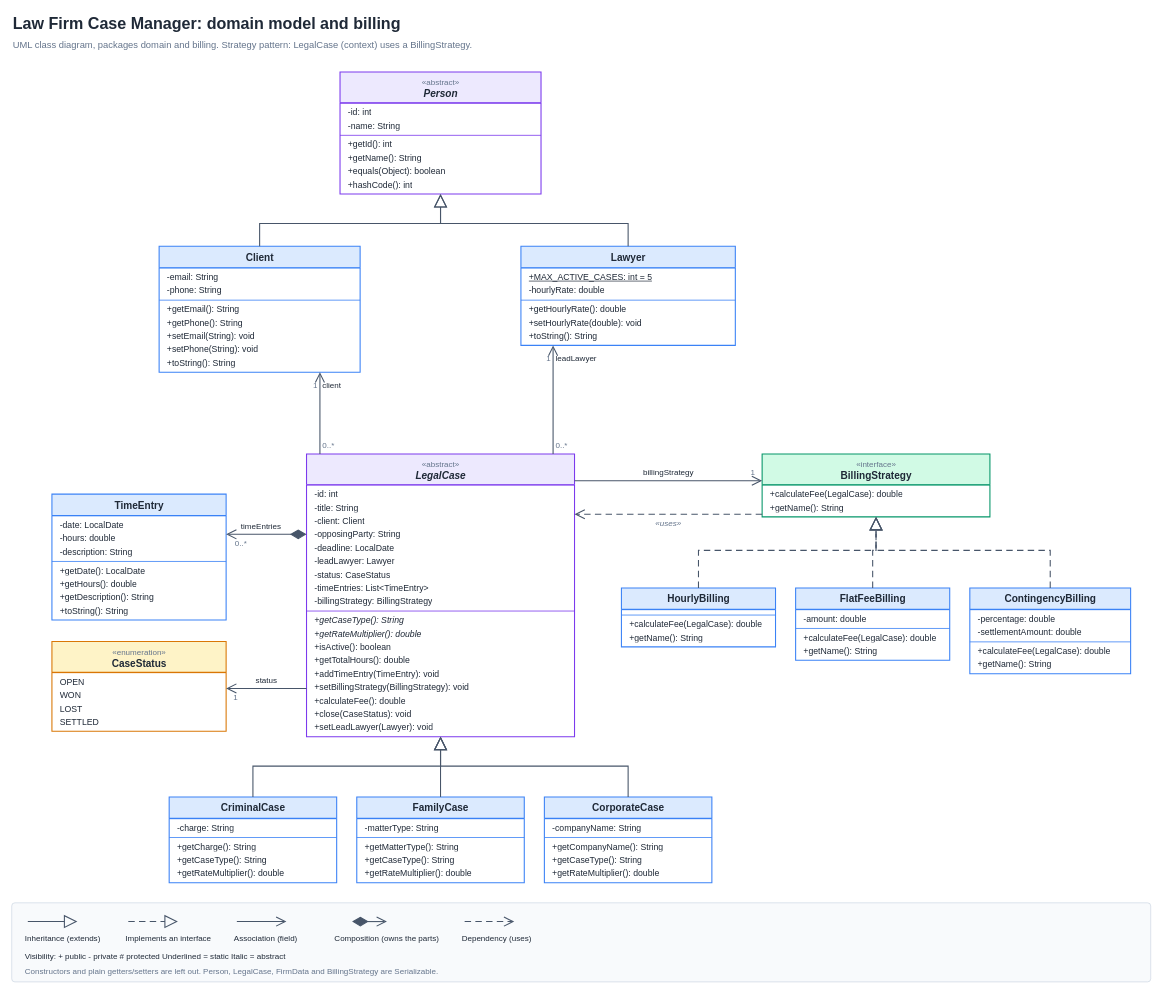
Before: page "Domain model and billing" (1 of 3) of docs/class-diagram.drawio in mahadinhussein-hash/law-firm-case-manager, a draw.io diagram. Source tidied: cells renumbered, new cells numbered last; positions are measured from the earlier drawing's top-left corner, leaving out a move shared by most shapes. Both pictures are drawn from the tidied source at 67%, with x=0, y=0 at pixel (11, 11).
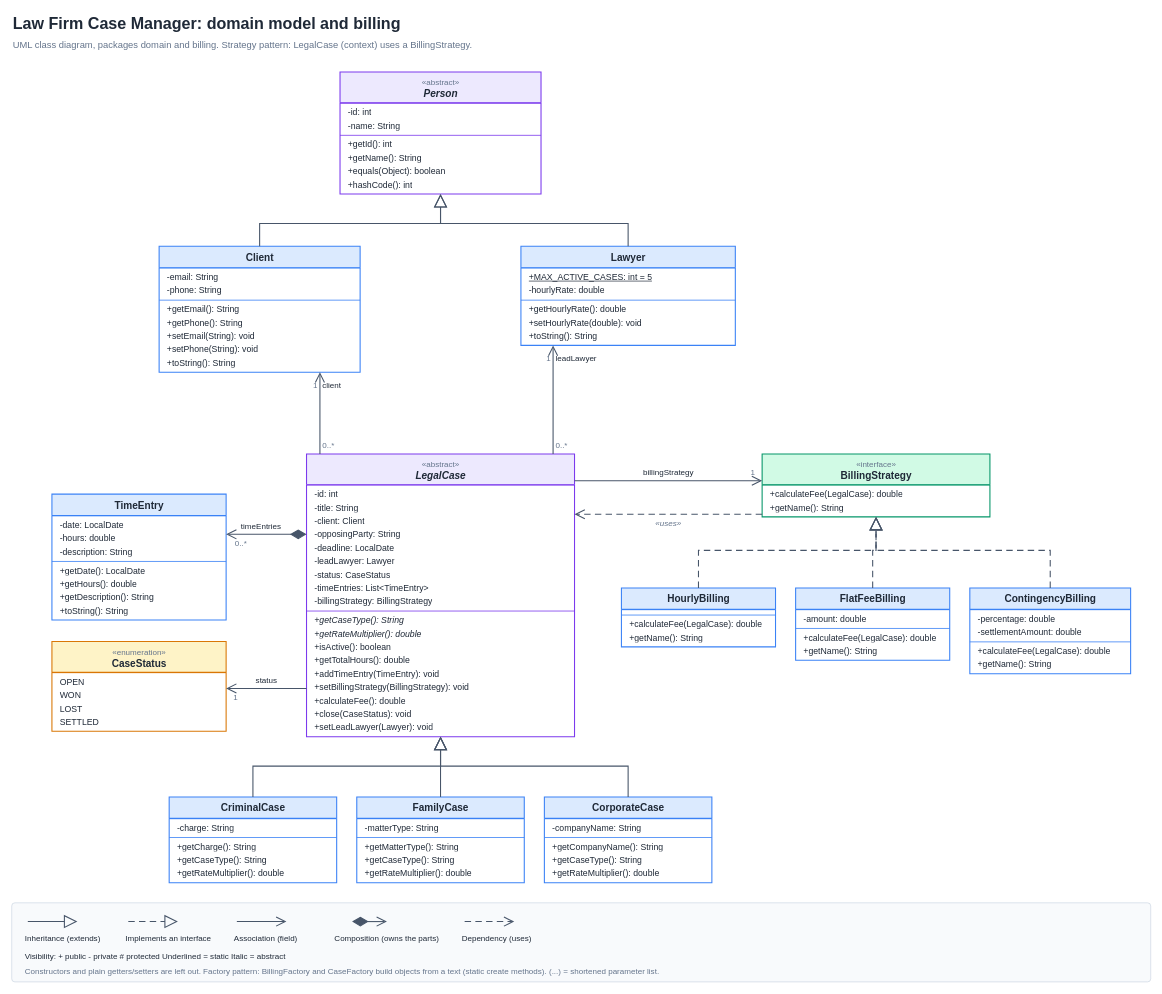
The same diagram, later.

Change to the diagram source:
```diff
@@
-    <mxCell id="150" value="Constructors and plain getters/setters are left out. Person, LegalCase, FirmData and BillingStrategy are Serializable." style="text;html=1;align=left;verticalAlign=middle;spacing=0;whiteSpace=nowrap;fontSize=12;fontFamily=Helvetica;fontColor=#64748B;strokeColor=none;fillColor=none;" parent="1" vertex="1">
+    <mxCell id="150" value="Constructors and plain getters/setters are left out. Factory pattern: BillingFactory and CaseFactory build objects from a text (static create methods). (...) = shortened parameter list." style="text;html=1;align=left;verticalAlign=middle;spacing=0;whiteSpace=nowrap;fontSize=12;fontFamily=Helvetica;fontColor=#64748B;strokeColor=none;fillColor=none;" parent="1" vertex="1">
       <mxGeometry x="20" y="1424" width="624.8" height="16" as="geometry" />
     </mxCell>
```
